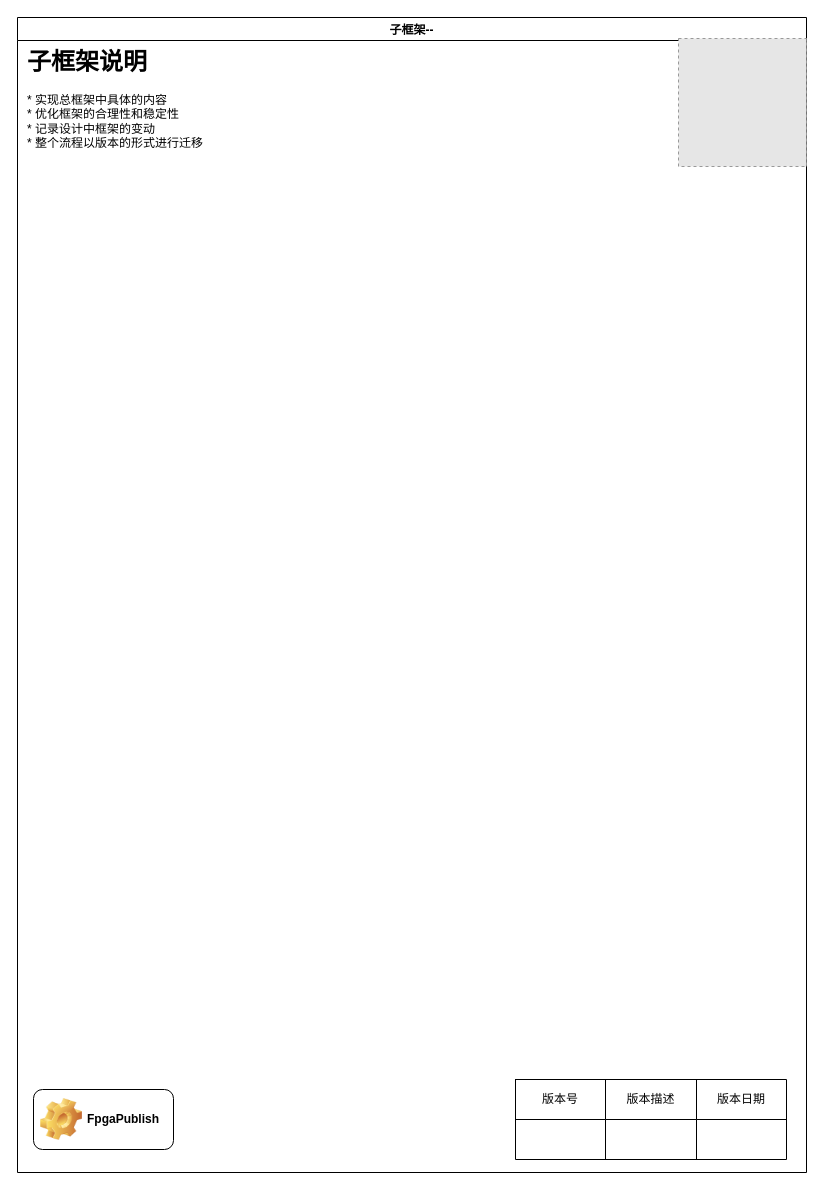
Earlier version of the draw.io diagram page "子框架1--板间通信" (2 of 3) of smart_eye_uexec_flow/smart_eye_flow_manual.drawio (FpgaPublish/k2_smart_eye). Source tidied: cells renumbered, new cells numbered last; positions are measured from the earlier drawing's top-left corner, leaving out a move shared by most shapes. Both pictures are drawn from the tidied source at 100%, with x=0, y=0 at pixel (17, 17). Pictures stored in the file or linked from it are replaced by grey dashed boxes.
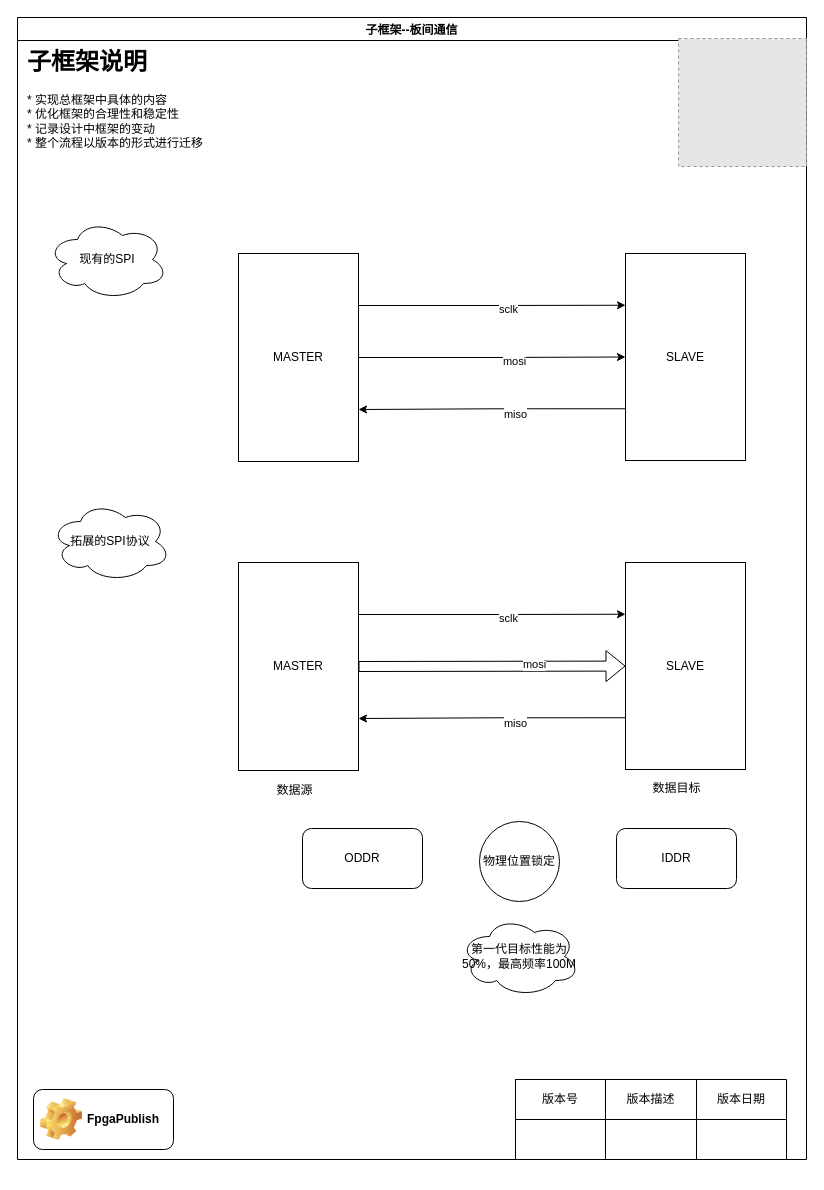
Above is the later version.

Diff of the diagram source:
```diff
@@
-    <mxCell id="2" value="子框架--" style="swimlane;" parent="1" vertex="1">
-      <mxGeometry width="789" height="1155" as="geometry" />
+    <mxCell id="2" value="子框架--板间通信" style="swimlane;" parent="1" vertex="1">
+      <mxGeometry width="789" height="1142" as="geometry" />
     </mxCell>
@@
+    <mxCell id="15" value="现有的SPI" style="ellipse;shape=cloud;whiteSpace=wrap;html=1;" parent="2" vertex="1">
+      <mxGeometry x="30" y="202" width="120" height="80" as="geometry" />
+    </mxCell>
+    <mxCell id="16" style="edgeStyle=orthogonalEdgeStyle;rounded=0;jettySize=auto;html=1;exitX=1;exitY=0.25;exitDx=0;exitDy=0;entryX=0;entryY=0.25;entryDx=0;entryDy=0;" parent="2" edge="1" source="20" target="23">
+      <mxGeometry relative="1" as="geometry" />
+    </mxCell>
+    <mxCell id="17" value="sclk" style="edgeLabel;html=1;align=center;verticalAlign=middle;" parent="16" vertex="1">
+      <mxGeometry x="0.12" y="-4" relative="1" as="geometry" />
+    </mxCell>
+    <mxCell id="18" style="edgeStyle=orthogonalEdgeStyle;rounded=0;jettySize=auto;html=1;exitX=1;exitY=0.5;exitDx=0;exitDy=0;" parent="2" edge="1" source="20" target="23">
+      <mxGeometry relative="1" as="geometry" />
+    </mxCell>
+    <mxCell id="19" value="mosi" style="edgeLabel;html=1;align=center;verticalAlign=middle;" parent="18" vertex="1">
+      <mxGeometry x="0.16" y="-3" relative="1" as="geometry">
+        <mxPoint x="1" y="1" as="offset" />
+      </mxGeometry>
+    </mxCell>
+    <mxCell id="20" value="MASTER" style="rounded=0;whiteSpace=wrap;html=1;" parent="2" vertex="1">
+      <mxGeometry x="221" y="236" width="120" height="208" as="geometry" />
+    </mxCell>
+    <mxCell id="21" style="edgeStyle=orthogonalEdgeStyle;rounded=0;jettySize=auto;html=1;exitX=0;exitY=0.75;exitDx=0;exitDy=0;entryX=1;entryY=0.75;entryDx=0;entryDy=0;" parent="2" edge="1" source="23" target="20">
+      <mxGeometry relative="1" as="geometry" />
+    </mxCell>
+    <mxCell id="22" value="miso" style="edgeLabel;html=1;align=center;verticalAlign=middle;" parent="21" vertex="1">
+      <mxGeometry x="-0.17" y="5" relative="1" as="geometry" />
+    </mxCell>
+    <mxCell id="23" value="SLAVE" style="rounded=0;whiteSpace=wrap;html=1;" parent="2" vertex="1">
+      <mxGeometry x="608" y="236" width="120" height="207" as="geometry" />
+    </mxCell>
+    <mxCell id="24" value="拓展的SPI协议" style="ellipse;shape=cloud;whiteSpace=wrap;html=1;" parent="2" vertex="1">
+      <mxGeometry x="33" y="484" width="120" height="80" as="geometry" />
+    </mxCell>
+    <mxCell id="25" style="edgeStyle=orthogonalEdgeStyle;rounded=0;jettySize=auto;html=1;exitX=1;exitY=0.25;exitDx=0;exitDy=0;entryX=0;entryY=0.25;entryDx=0;entryDy=0;" parent="2" edge="1" source="27" target="30">
+      <mxGeometry relative="1" as="geometry" />
+    </mxCell>
+    <mxCell id="26" value="sclk" style="edgeLabel;html=1;align=center;verticalAlign=middle;" parent="25" vertex="1">
+      <mxGeometry x="0.12" y="-4" relative="1" as="geometry" />
+    </mxCell>
+    <mxCell id="27" value="MASTER" style="rounded=0;whiteSpace=wrap;html=1;" parent="2" vertex="1">
+      <mxGeometry x="221" y="545" width="120" height="208" as="geometry" />
+    </mxCell>
+    <mxCell id="28" style="edgeStyle=orthogonalEdgeStyle;rounded=0;jettySize=auto;html=1;exitX=0;exitY=0.75;exitDx=0;exitDy=0;entryX=1;entryY=0.75;entryDx=0;entryDy=0;" parent="2" edge="1" source="30" target="27">
+      <mxGeometry relative="1" as="geometry" />
+    </mxCell>
+    <mxCell id="29" value="miso" style="edgeLabel;html=1;align=center;verticalAlign=middle;" parent="28" vertex="1">
+      <mxGeometry x="-0.17" y="5" relative="1" as="geometry" />
+    </mxCell>
+    <mxCell id="30" value="SLAVE" style="rounded=0;whiteSpace=wrap;html=1;" parent="2" vertex="1">
+      <mxGeometry x="608" y="545" width="120" height="207" as="geometry" />
+    </mxCell>
+    <mxCell id="31" style="shape=flexArrow;endArrow=classic;html=1;rounded=0;exitX=1;exitY=0.5;exitDx=0;exitDy=0;" parent="2" edge="1" source="27" target="30">
+      <mxGeometry relative="1" as="geometry" />
+    </mxCell>
+    <mxCell id="32" value="mosi" style="edgeLabel;html=1;align=center;verticalAlign=middle;" parent="31" vertex="1">
+      <mxGeometry x="0.32" y="2" relative="1" as="geometry" />
+    </mxCell>
+    <mxCell id="33" value="ODDR" style="rounded=1;whiteSpace=wrap;html=1;" parent="2" vertex="1">
+      <mxGeometry x="285" y="811" width="120" height="60" as="geometry" />
+    </mxCell>
+    <mxCell id="34" value="IDDR" style="rounded=1;whiteSpace=wrap;html=1;" parent="2" vertex="1">
+      <mxGeometry x="599" y="811" width="120" height="60" as="geometry" />
+    </mxCell>
+    <mxCell id="35" value="物理位置锁定" style="ellipse;whiteSpace=wrap;html=1;" parent="2" vertex="1">
+      <mxGeometry x="462" y="804" width="80" height="80" as="geometry" />
+    </mxCell>
+    <mxCell id="36" value="第一代目标性能为50%，最高频率100M" style="ellipse;shape=cloud;whiteSpace=wrap;html=1;" parent="2" vertex="1">
+      <mxGeometry x="442" y="899" width="120" height="80" as="geometry" />
+    </mxCell>
+    <mxCell id="37" value="数据源" style="text;html=1;align=center;verticalAlign=middle;strokeColor=none;fillColor=none;" parent="1" vertex="1">
+      <mxGeometry x="250" y="760" width="54" height="26" as="geometry" />
+    </mxCell>
+    <mxCell id="38" value="数据目标" style="text;html=1;align=center;verticalAlign=middle;strokeColor=none;fillColor=none;" parent="1" vertex="1">
+      <mxGeometry x="626" y="758" width="66" height="26" as="geometry" />
+    </mxCell>
```
